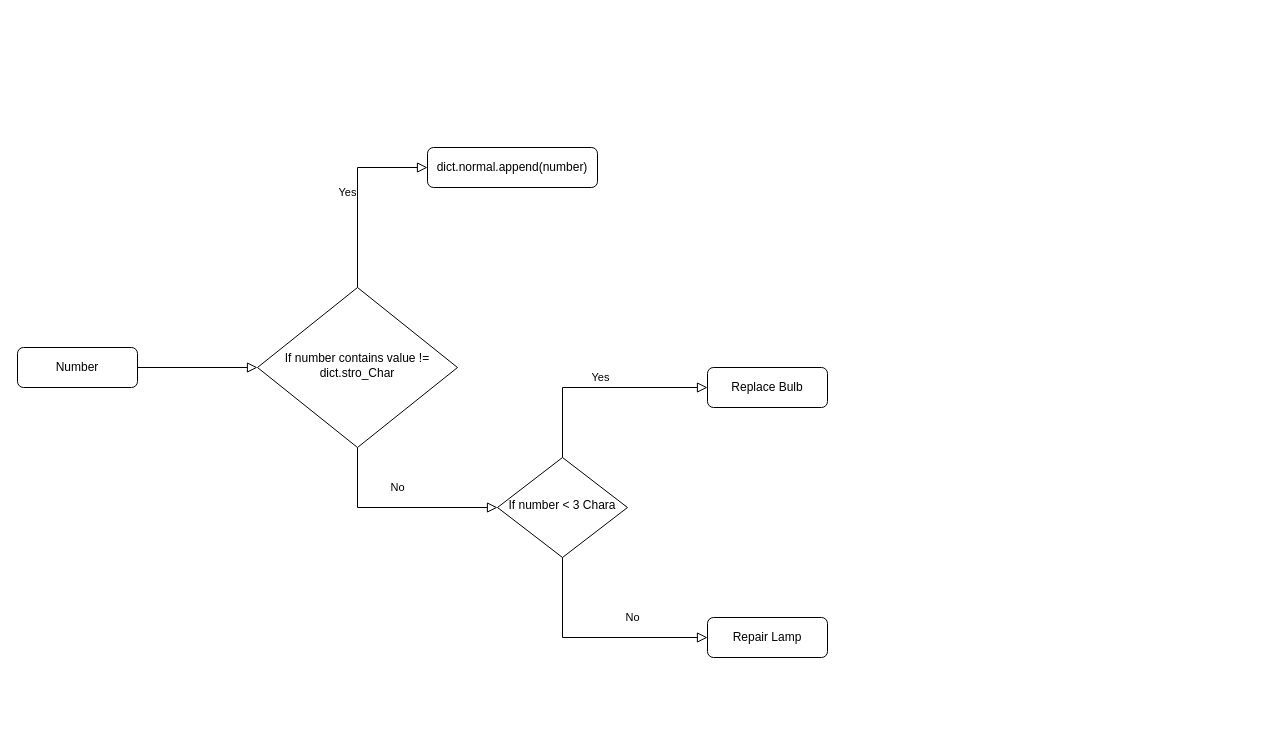
BioGuerraIT/Minerva_Projects keeps this draw.io diagram as Untitled Diagram.drawio. Above is the earlier version. Source tidied: cells renumbered, new cells numbered last; positions are measured from the earlier drawing's top-left corner, leaving out a move shared by most shapes. Both pictures are drawn from the tidied source at 100%, with x=0, y=0 at pixel (17, 147).
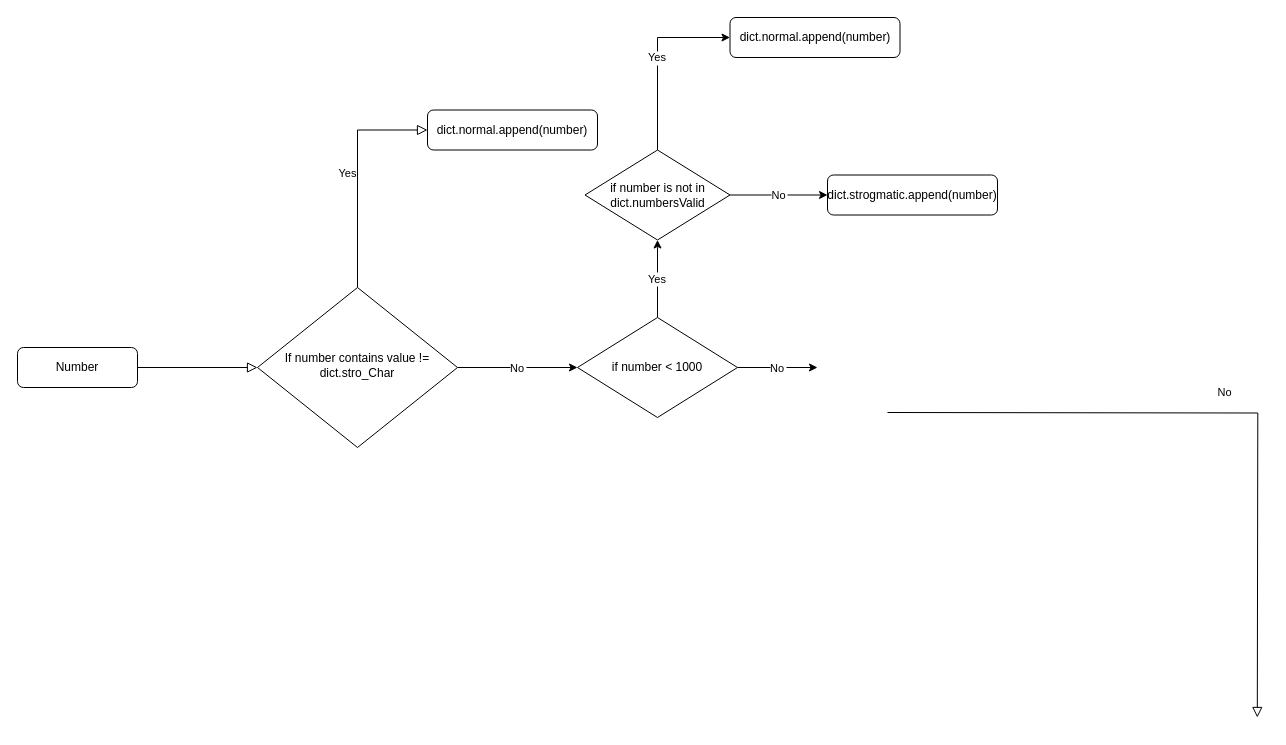
The same page after the edit.

The change refers to these unchanged cells:
```xml
<mxCell id="6" value="If number contains value != dict.stro_Char" style="rhombus;whiteSpace=wrap;html=1;shadow=0;fontFamily=Helvetica;fontSize=12;align=center;strokeWidth=1;spacing=6;spacingTop=-4;" parent="1" vertex="1">
  <mxGeometry x="240" y="140" width="200" height="160" as="geometry" />
</mxCell>
```

What changed in the source:
```diff
@@
-    <mxCell id="4" value="No" style="rounded=0;html=1;jettySize=auto;fontSize=11;endArrow=block;endFill=0;endSize=8;strokeWidth=1;shadow=0;labelBackgroundColor=none;edgeStyle=orthogonalEdgeStyle;exitX=0.5;exitY=1;exitDx=0;exitDy=0;entryX=0;entryY=0.5;entryDx=0;entryDy=0;" parent="1" edge="1" source="6" target="10">
-      <mxGeometry y="20" relative="1" as="geometry" />
+    <mxCell id="4" value="No" style="rounded=0;html=1;jettySize=auto;orthogonalLoop=1;fontSize=11;endArrow=block;endFill=0;endSize=8;strokeWidth=1;shadow=0;labelBackgroundColor=none;edgeStyle=orthogonalEdgeStyle;exitX=0.5;exitY=1;exitDx=0;exitDy=0;entryX=0;entryY=0.5;entryDx=0;entryDy=0;" parent="1" edge="1">
+      <mxGeometry y="20" relative="1" as="geometry">
+        <mxPoint x="870" y="265" as="sourcePoint" />
+        <mxPoint x="1239.8" y="570" as="targetPoint" />
+      </mxGeometry>
     </mxCell>
@@
+    <mxCell id="13" value="No" style="edgeStyle=orthogonalEdgeStyle;rounded=0;jettySize=auto;html=0;" parent="1" edge="1" source="6">
+      <mxGeometry relative="1" as="geometry">
+        <mxPoint x="560" y="220" as="targetPoint" />
+      </mxGeometry>
+    </mxCell>
@@
     <mxCell id="7" value="dict.normal.append(number)" style="rounded=1;whiteSpace=wrap;html=1;fontSize=12;glass=0;strokeWidth=1;shadow=0;" parent="1" vertex="1">
-      <mxGeometry x="410" width="170" height="40" as="geometry" />
+      <mxGeometry x="410" y="-37.5" width="170" height="40" as="geometry" />
     </mxCell>
-    <mxCell id="8" value="No" style="rounded=0;html=1;jettySize=auto;fontSize=11;endArrow=block;endFill=0;endSize=8;strokeWidth=1;shadow=0;labelBackgroundColor=none;edgeStyle=orthogonalEdgeStyle;exitX=0.5;exitY=1;exitDx=0;exitDy=0;entryX=0;entryY=0.5;entryDx=0;entryDy=0;" parent="1" edge="1" source="10" target="11">
-      <mxGeometry x="0.33" y="20" relative="1" as="geometry" />
-    </mxCell>
-    <mxCell id="9" value="Yes" style="edgeStyle=orthogonalEdgeStyle;rounded=0;html=1;jettySize=auto;fontSize=11;endArrow=block;endFill=0;endSize=8;strokeWidth=1;shadow=0;labelBackgroundColor=none;exitX=0.5;exitY=0;exitDx=0;exitDy=0;entryX=0;entryY=0.5;entryDx=0;entryDy=0;" parent="1" edge="1" source="10" target="12">
-      <mxGeometry y="10" relative="1" as="geometry" />
-    </mxCell>
-    <mxCell id="10" value="If number &amp;lt; 3 Chara" style="rhombus;whiteSpace=wrap;html=1;shadow=0;fontFamily=Helvetica;fontSize=12;align=center;strokeWidth=1;spacing=6;spacingTop=-4;" parent="1" vertex="1">
-      <mxGeometry x="480" y="310" width="130" height="100" as="geometry" />
-    </mxCell>
-    <mxCell id="11" value="Repair Lamp" style="rounded=1;whiteSpace=wrap;html=1;fontSize=12;glass=0;strokeWidth=1;shadow=0;" parent="1" vertex="1">
-      <mxGeometry x="690" y="470" width="120" height="40" as="geometry" />
-    </mxCell>
-    <mxCell id="12" value="Replace Bulb" style="rounded=1;whiteSpace=wrap;html=1;fontSize=12;glass=0;strokeWidth=1;shadow=0;" parent="1" vertex="1">
-      <mxGeometry x="690" y="220" width="120" height="40" as="geometry" />
-    </mxCell>
+    <mxCell id="14" value="Yes" style="edgeStyle=orthogonalEdgeStyle;rounded=0;jettySize=auto;html=0;" parent="1" edge="1" source="16" target="19">
+      <mxGeometry relative="1" as="geometry">
+        <Array as="points">
+          <mxPoint x="640" y="100" />
+          <mxPoint x="640" y="100" />
+        </Array>
+      </mxGeometry>
+    </mxCell>
+    <mxCell id="15" value="No" style="edgeStyle=orthogonalEdgeStyle;rounded=0;jettySize=auto;html=0;entryX=0;entryY=0.5;entryDx=0;entryDy=0;" parent="1" edge="1" source="16">
+      <mxGeometry relative="1" as="geometry">
+        <mxPoint x="800" y="220" as="targetPoint" />
+      </mxGeometry>
+    </mxCell>
+    <mxCell id="16" value="if number &amp;lt; 1000" style="rhombus;whiteSpace=wrap;html=1;" parent="1" vertex="1">
+      <mxGeometry x="560" y="170" width="160" height="100" as="geometry" />
+    </mxCell>
+    <mxCell id="17" value="Yes" style="edgeStyle=orthogonalEdgeStyle;rounded=0;jettySize=auto;html=0;entryX=0;entryY=0.5;entryDx=0;entryDy=0;" parent="1" edge="1" source="19" target="21">
+      <mxGeometry relative="1" as="geometry">
+        <Array as="points">
+          <mxPoint x="640" y="-110" />
+        </Array>
+      </mxGeometry>
+    </mxCell>
+    <mxCell id="18" value="No" style="edgeStyle=orthogonalEdgeStyle;rounded=0;jettySize=auto;html=0;" parent="1" edge="1" source="19" target="20">
+      <mxGeometry relative="1" as="geometry" />
+    </mxCell>
+    <mxCell id="19" value="if number is not in dict.numbersValid" style="rhombus;whiteSpace=wrap;html=1;" parent="1" vertex="1">
+      <mxGeometry x="567.5" y="2.5" width="145" height="90" as="geometry" />
+    </mxCell>
+    <mxCell id="20" value="dict.strogmatic.append(number)" style="rounded=1;whiteSpace=wrap;html=1;fontSize=12;glass=0;strokeWidth=1;shadow=0;" parent="1" vertex="1">
+      <mxGeometry x="810" y="27.5" width="170" height="40" as="geometry" />
+    </mxCell>
+    <mxCell id="21" value="dict.normal.append(number)" style="rounded=1;whiteSpace=wrap;html=1;fontSize=12;glass=0;strokeWidth=1;shadow=0;" parent="1" vertex="1">
+      <mxGeometry x="712.5" y="-130" width="170" height="40" as="geometry" />
+    </mxCell>
```
